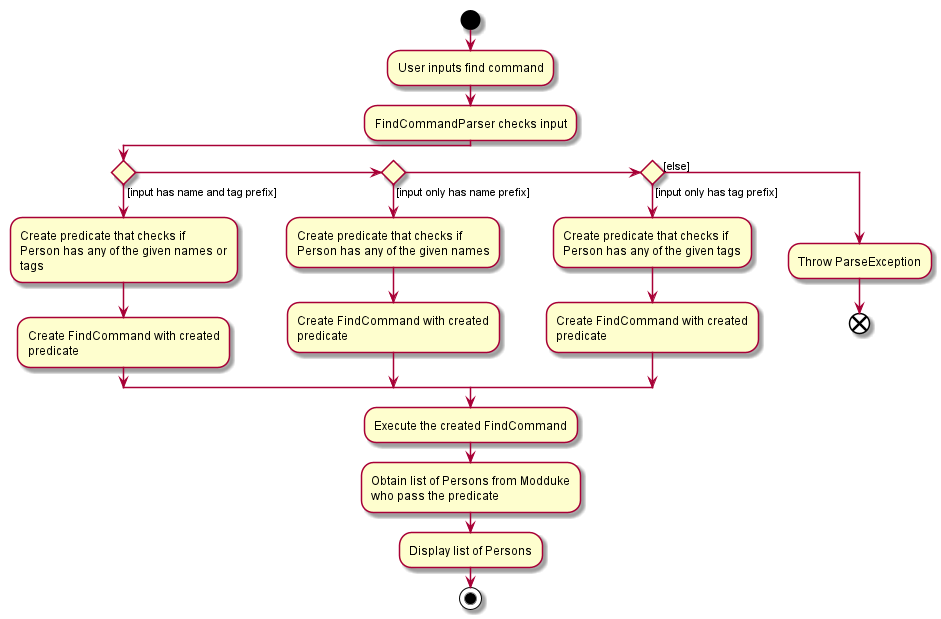
This is docs/images/FindActivityDiagram.png from nus-cs2103-AY2021S1/tp, a PlantUML export, as it was before one commit.
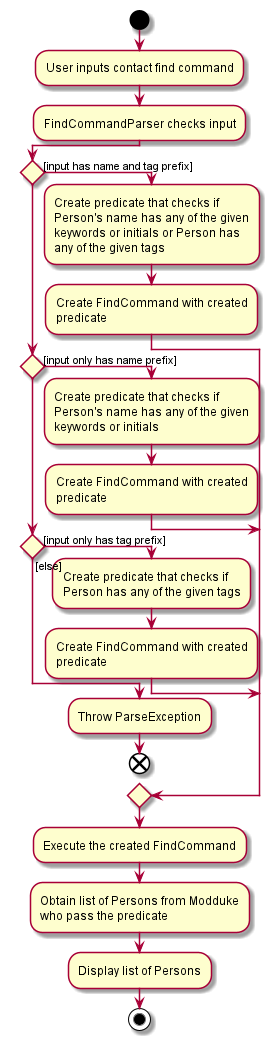
The same file after the commit.

Commit message:
Change my activity diagrams to vertical

Diff of the diagram source:
```diff
@@ -1,16 +1,19 @@
 @startuml
+!pragma useVerticalIf on
 start
-:User inputs find command;
+:User inputs contact find command;
 :FindCommandParser checks input;
 if() then ([input has name and tag prefix])
 :Create predicate that checks if
-Person has any of the given names or
-tags;
+Person's name has any of the given
+keywords or initials or Person has
+any of the given tags;
 :Create FindCommand with created
 predicate;
 elseif() then ([input only has name prefix])
 :Create predicate that checks if
-Person has any of the given names;
+Person's name has any of the given
+keywords or initials;
 :Create FindCommand with created
 predicate;
 elseif() then ([input only has tag prefix])
```
